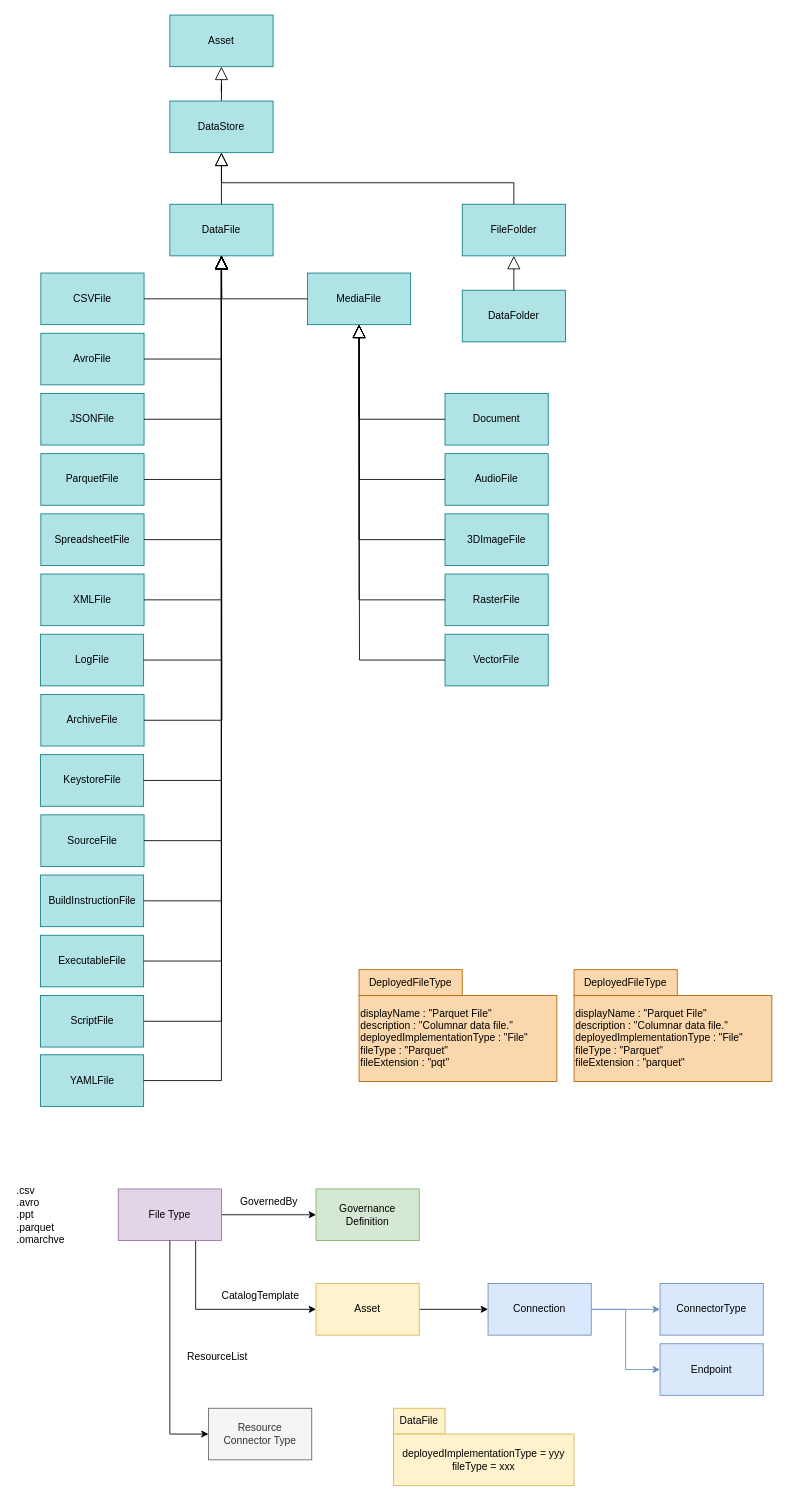
odpi/egeria-docs keeps this draw.io diagram as page "file-types" (2 of 4) of site/docs/concepts/deployed-implementation-types.drawio. Above is the earlier version. Source tidied: cells renumbered, new cells numbered last; positions are measured from the earlier drawing's top-left corner, leaving out a move shared by most shapes. Both pictures are drawn from the tidied source at 86%, with x=0, y=0 at pixel (15, 15).
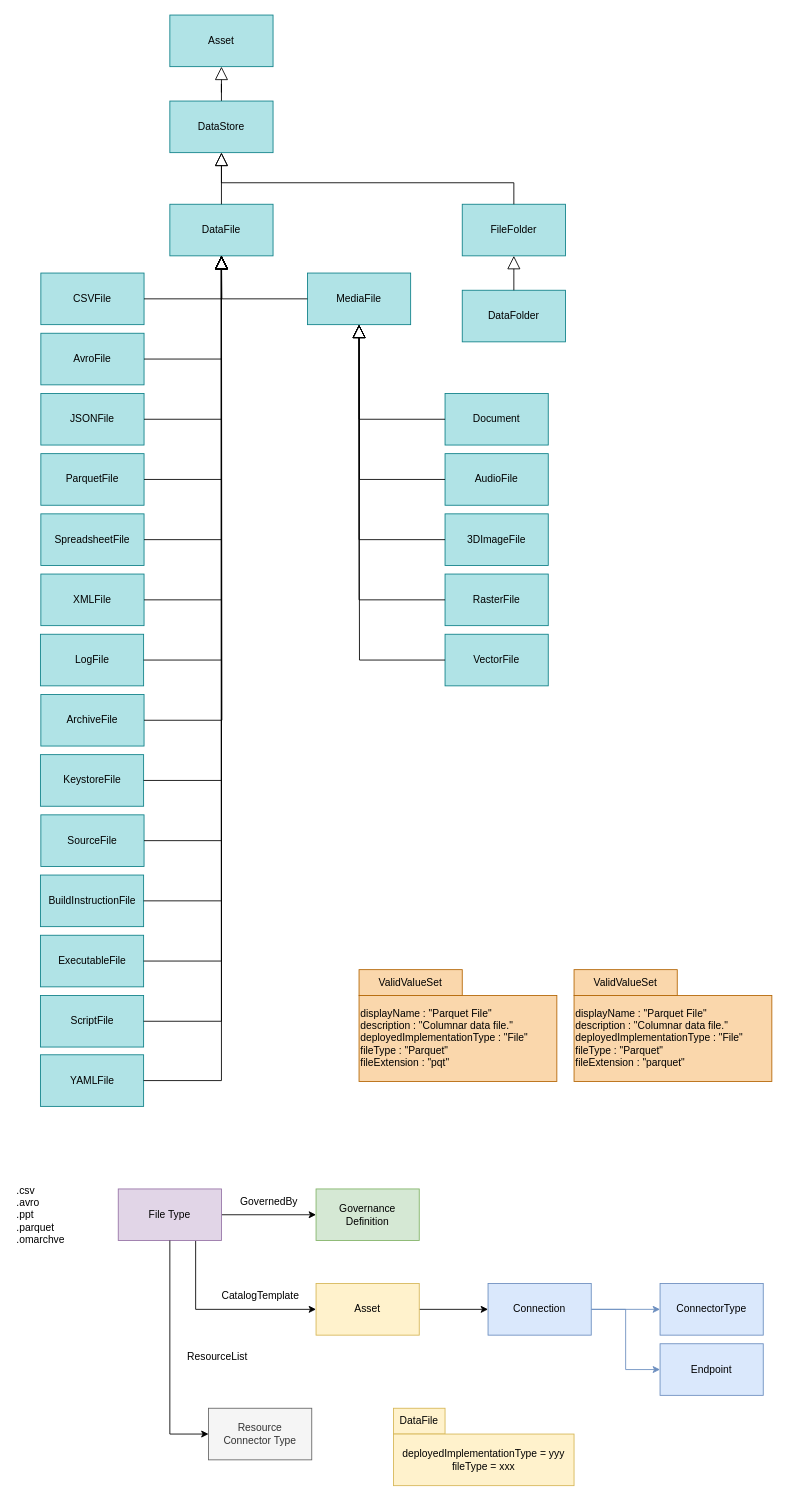
After the change.

Diff of the diagram source:
```diff
@@
-    <mxCell id="70" value="DeployedFileType" style="rounded=0;whiteSpace=wrap;html=1;fillColor=#fad7ac;strokeColor=#b46504;" parent="1" vertex="1">
+    <mxCell id="70" value="ValidValueSet" style="rounded=0;whiteSpace=wrap;html=1;fillColor=#fad7ac;strokeColor=#b46504;" parent="1" vertex="1">
       <mxGeometry x="400" y="1110" width="120" height="30" as="geometry" />
     </mxCell>
@@
-    <mxCell id="72" value="DeployedFileType" style="rounded=0;whiteSpace=wrap;html=1;fillColor=#fad7ac;strokeColor=#b46504;" parent="1" vertex="1">
+    <mxCell id="72" value="ValidValueSet" style="rounded=0;whiteSpace=wrap;html=1;fillColor=#fad7ac;strokeColor=#b46504;" parent="1" vertex="1">
       <mxGeometry x="650" y="1110" width="120" height="30" as="geometry" />
     </mxCell>
```
